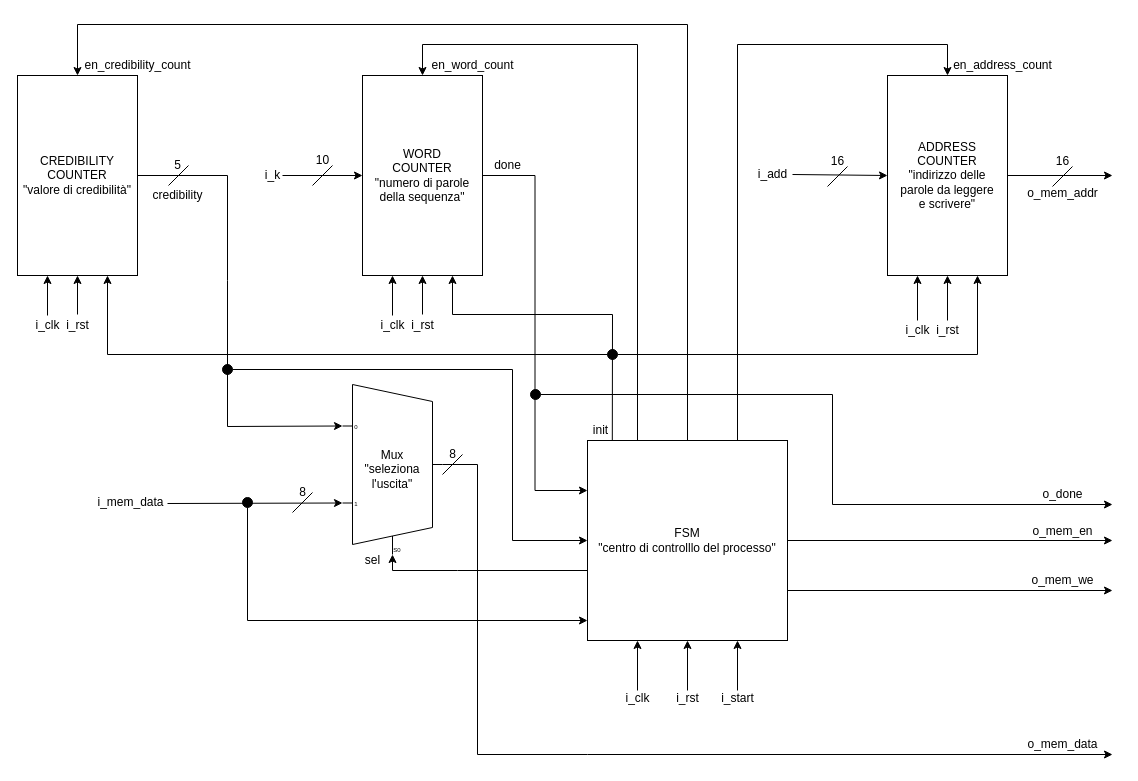
Earlier version of the draw.io diagram deliverables/schema a blocchi compontente.drawio (emanueleminotti/ProgettoRetiLogiche-AA2023-24). Source tidied: cells renumbered, new cells numbered last; positions are measured from the earlier drawing's top-left corner, leaving out a move shared by most shapes. Both pictures are drawn from the tidied source at 100%, with x=0, y=0 at pixel (17, 24).
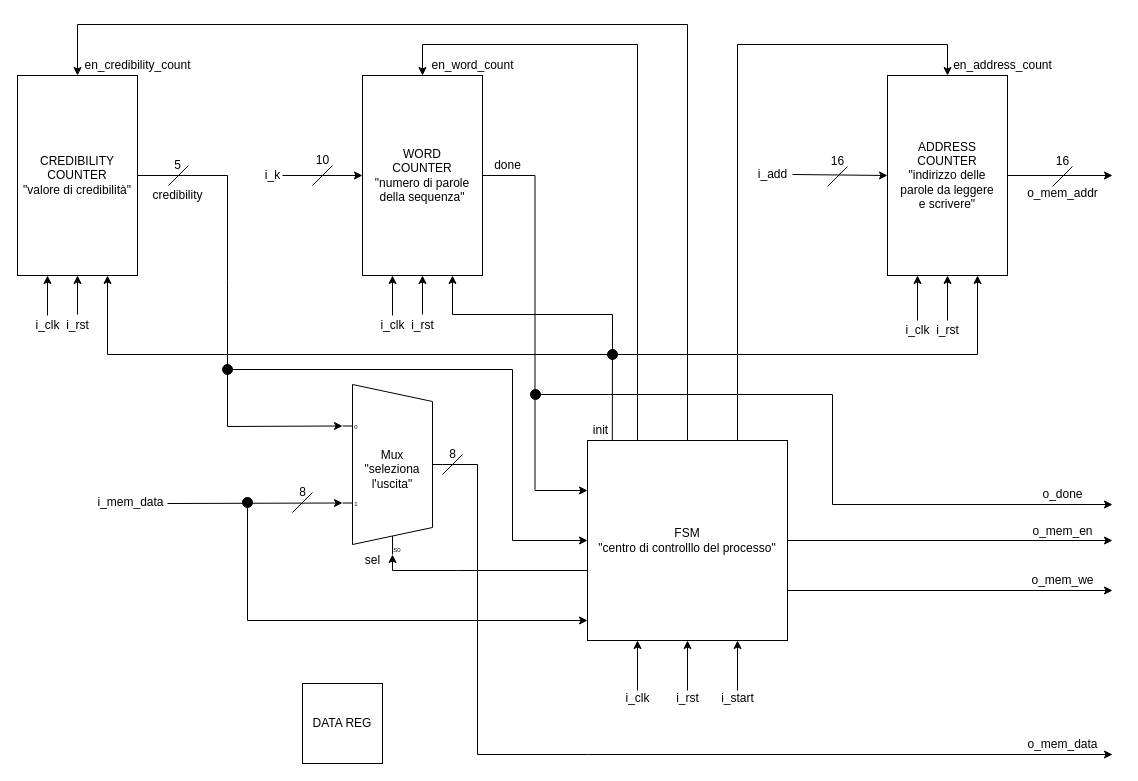
After the change.

Commit message:
data reg added

Diff of the diagram source:
```diff
@@
+    <mxCell id="75" value="DATA REG" style="whiteSpace=wrap;html=1;" parent="1" vertex="1">
+      <mxGeometry x="285" y="659" width="80" height="80" as="geometry" />
+    </mxCell>
```
